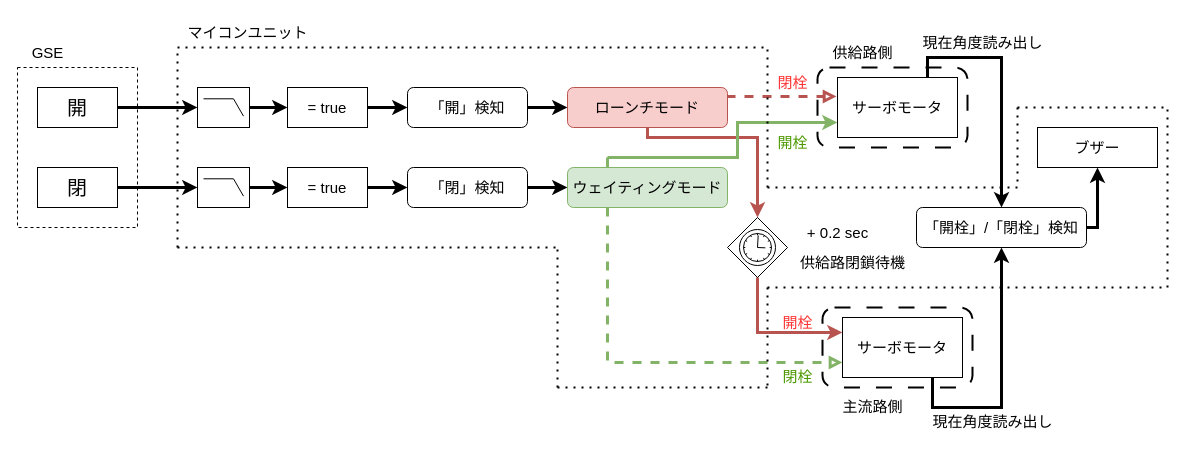
tokai-student-rocket-project/H-60-Avionics keeps this draw.io diagram as Document/drawio/ValveControllerLogicDiagram.drawio. Above is the earlier version. Source tidied: cells renumbered, new cells numbered last; positions are measured from the earlier drawing's top-left corner, leaving out a move shared by most shapes. Both pictures are drawn from the tidied source at 100%, with x=0, y=0 at pixel (17, 17).
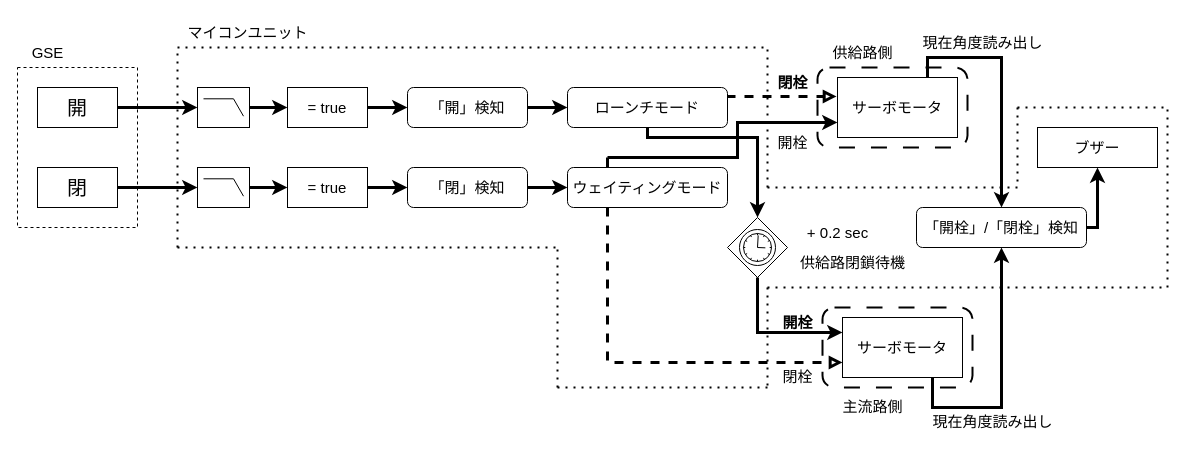
After the change.

Commit message (it also covers changes not shown here):
バルブコントロールモジュールのブロック線図を更新（審査書合格）

The change refers to these unchanged cells:
```xml
<mxCell id="22" value="サーボモータ" style="rounded=0;whiteSpace=wrap;html=1;fontSize=15;fillColor=default;" parent="1" vertex="1">
  <mxGeometry x="820" y="60" width="120" height="60" as="geometry" />
</mxCell>
<mxCell id="33" style="points=[[0.25,0.25,0],[0.5,0,0],[0.75,0.25,0],[1,0.5,0],[0.75,0.75,0],[0.5,1,0],[0.25,0.75,0],[0,0.5,0]];shape=mxgraph.bpmn.gateway2;html=1;verticalLabelPosition=bottom;labelBackgroundColor=#ffffff;verticalAlign=top;align=center;perimeter=rhombusPerimeter;outlineConnect=0;outline=standard;symbol=timer;strokeWidth=1;fontSize=15;fillColor=none;" parent="1" vertex="1">
  <mxGeometry x="710" y="200" width="60" height="60" as="geometry" />
</mxCell>
<mxCell id="38" value="サーボモータ" style="rounded=0;whiteSpace=wrap;html=1;fontSize=15;fillColor=default;" parent="1" vertex="1">
  <mxGeometry x="825" y="300" width="120" height="60" as="geometry" />
</mxCell>
```

The edit, as a diff of the source:
```diff
@@
-<mxGraphModel>
+<mxGraphModel background="#ffffff">
@@
-    <mxCell id="18" style="edgeStyle=elbowEdgeStyle;html=1;strokeWidth=3;fontSize=15;endArrow=block;endFill=0;rounded=0;elbow=vertical;exitX=1;exitY=0.25;exitDx=0;exitDy=0;entryX=-0.008;entryY=0.316;entryDx=0;entryDy=0;entryPerimeter=0;fillColor=#f8cecc;strokeColor=#b85450;dashed=1;" parent="1" edge="1" source="20" target="22">
+    <mxCell id="18" style="edgeStyle=elbowEdgeStyle;html=1;strokeWidth=3;fontSize=15;endArrow=block;endFill=0;rounded=0;elbow=vertical;exitX=1;exitY=0.25;exitDx=0;exitDy=0;entryX=-0.008;entryY=0.316;entryDx=0;entryDy=0;entryPerimeter=0;dashed=1;" parent="1" edge="1" source="20" target="22">
       <mxGeometry relative="1" as="geometry" />
     </mxCell>
-    <mxCell id="19" style="edgeStyle=elbowEdgeStyle;rounded=0;elbow=vertical;html=1;strokeWidth=3;fontSize=15;endArrow=classic;endFill=1;entryX=0.5;entryY=0;entryDx=0;entryDy=0;entryPerimeter=0;fillColor=#f8cecc;strokeColor=#b85450;" parent="1" edge="1" source="20" target="33">
+    <mxCell id="19" style="edgeStyle=elbowEdgeStyle;rounded=0;elbow=vertical;html=1;strokeWidth=3;fontSize=15;endArrow=classic;endFill=1;entryX=0.5;entryY=0;entryDx=0;entryDy=0;entryPerimeter=0;" parent="1" edge="1" source="20" target="33">
       <mxGeometry relative="1" as="geometry">
         <Array as="points">
           <mxPoint x="630" y="120" />
         </Array>
       </mxGeometry>
     </mxCell>
-    <mxCell id="20" value="ローンチモード" style="rounded=1;whiteSpace=wrap;html=1;fontSize=15;fillColor=#f8cecc;strokeColor=#b85450;" parent="1" vertex="1">
+    <mxCell id="20" value="ローンチモード" style="rounded=1;whiteSpace=wrap;html=1;fontSize=15;" parent="1" vertex="1">
       <mxGeometry x="550" y="70" width="160" height="40" as="geometry" />
     </mxCell>
@@
-    <mxCell id="24" value="&lt;font color=&quot;#ff3333&quot;&gt;閉栓&lt;/font&gt;" style="text;html=1;align=center;verticalAlign=middle;strokeColor=none;fillColor=none;fontSize=15;" parent="1" vertex="1">
+    <mxCell id="24" value="&lt;font&gt;閉栓&lt;/font&gt;" style="text;html=1;align=center;verticalAlign=middle;strokeColor=none;fillColor=none;fontSize=15;fontColor=#000000;fontStyle=1;" parent="1" vertex="1">
       <mxGeometry x="750" y="50" width="50" height="30" as="geometry" />
     </mxCell>
@@
-    <mxCell id="29" style="edgeStyle=elbowEdgeStyle;rounded=0;html=1;strokeWidth=3;fontSize=15;endArrow=classic;endFill=1;entryX=0;entryY=0.75;entryDx=0;entryDy=0;jumpSize=6;fillColor=#d5e8d4;strokeColor=#82b366;" parent="1" edge="1" target="22">
+    <mxCell id="29" style="edgeStyle=elbowEdgeStyle;rounded=0;html=1;strokeWidth=3;fontSize=15;endArrow=classic;endFill=1;entryX=0;entryY=0.75;entryDx=0;entryDy=0;jumpSize=6;" parent="1" edge="1" target="22">
       <mxGeometry relative="1" as="geometry">
         <mxPoint x="590" y="140" as="sourcePoint" />
         <Array as="points">
           <mxPoint x="720" y="110" />
         </Array>
       </mxGeometry>
     </mxCell>
-    <mxCell id="30" style="edgeStyle=elbowEdgeStyle;rounded=0;jumpSize=6;html=1;entryX=0;entryY=0.75;entryDx=0;entryDy=0;strokeWidth=3;fontSize=15;fontColor=#4D9900;endArrow=block;endFill=0;dashed=1;fillColor=#d5e8d4;strokeColor=#82b366;" parent="1" edge="1" source="31" target="38">
+    <mxCell id="30" style="edgeStyle=elbowEdgeStyle;rounded=0;jumpSize=6;html=1;entryX=0;entryY=0.75;entryDx=0;entryDy=0;strokeWidth=3;fontSize=15;fontColor=#4D9900;endArrow=block;endFill=0;dashed=1;" parent="1" edge="1" source="31" target="38">
       <mxGeometry relative="1" as="geometry">
         <Array as="points">
           <mxPoint x="590" y="260" />
         </Array>
       </mxGeometry>
     </mxCell>
-    <mxCell id="31" value="ウェイティングモード" style="rounded=1;whiteSpace=wrap;html=1;fontSize=15;fillColor=#d5e8d4;strokeColor=#82b366;" parent="1" vertex="1">
+    <mxCell id="31" value="ウェイティングモード" style="rounded=1;whiteSpace=wrap;html=1;fontSize=15;" parent="1" vertex="1">
       <mxGeometry x="550" y="150" width="160" height="40" as="geometry" />
     </mxCell>
-    <mxCell id="32" style="edgeStyle=elbowEdgeStyle;rounded=0;jumpSize=6;html=1;strokeWidth=3;fontSize=15;fontColor=#4D9900;endArrow=classic;endFill=1;entryX=0;entryY=0.25;entryDx=0;entryDy=0;fillColor=#f8cecc;strokeColor=#b85450;" parent="1" edge="1" source="33" target="38">
+    <mxCell id="32" style="edgeStyle=elbowEdgeStyle;rounded=0;jumpSize=6;html=1;strokeWidth=3;fontSize=15;fontColor=#4D9900;endArrow=classic;endFill=1;entryX=0;entryY=0.25;entryDx=0;entryDy=0;" parent="1" edge="1" source="33" target="38">
       <mxGeometry relative="1" as="geometry">
         <Array as="points">
           <mxPoint x="740" y="280" />
         </Array>
       </mxGeometry>
     </mxCell>
@@
-    <mxCell id="36" style="endArrow=none;html=1;strokeWidth=3;fontSize=15;jumpSize=6;exitX=0.25;exitY=0;exitDx=0;exitDy=0;rounded=0;fillColor=#d5e8d4;strokeColor=#82b366;" parent="1" edge="1" source="31">
+    <mxCell id="36" style="endArrow=none;html=1;strokeWidth=3;fontSize=15;jumpSize=6;exitX=0.25;exitY=0;exitDx=0;exitDy=0;rounded=0;" parent="1" edge="1" source="31">
       <mxGeometry relative="1" as="geometry">
         <mxPoint x="590" y="140" as="targetPoint" />
       </mxGeometry>
     </mxCell>
-    <mxCell id="37" value="&lt;font color=&quot;#4d9900&quot;&gt;開栓&lt;/font&gt;" style="text;html=1;align=center;verticalAlign=middle;strokeColor=none;fillColor=none;fontSize=15;fontColor=#FF3333;" parent="1" vertex="1">
+    <mxCell id="37" value="&lt;font&gt;開栓&lt;/font&gt;" style="text;html=1;align=center;verticalAlign=middle;strokeColor=none;fillColor=none;fontSize=15;fontColor=#000000;" parent="1" vertex="1">
       <mxGeometry x="750" y="110" width="50" height="30" as="geometry" />
     </mxCell>
@@
-    <mxCell id="44" value="&lt;font color=&quot;#ff3333&quot;&gt;開栓&lt;/font&gt;" style="text;html=1;align=center;verticalAlign=middle;strokeColor=none;fillColor=none;fontSize=15;" parent="1" vertex="1">
+    <mxCell id="44" value="&lt;font&gt;&lt;b&gt;開栓&lt;/b&gt;&lt;/font&gt;" style="text;html=1;align=center;verticalAlign=middle;strokeColor=none;fillColor=none;fontSize=15;fontColor=#000000;" parent="1" vertex="1">
       <mxGeometry x="755" y="290" width="50" height="30" as="geometry" />
     </mxCell>
-    <mxCell id="45" value="&lt;font color=&quot;#4d9900&quot;&gt;閉栓&lt;/font&gt;" style="text;html=1;align=center;verticalAlign=middle;strokeColor=none;fillColor=none;fontSize=15;fontColor=#FF3333;" parent="1" vertex="1">
+    <mxCell id="45" value="&lt;font&gt;閉栓&lt;/font&gt;" style="text;html=1;align=center;verticalAlign=middle;strokeColor=none;fillColor=none;fontSize=15;fontColor=#000000;" parent="1" vertex="1">
       <mxGeometry x="755" y="344" width="50" height="30" as="geometry" />
     </mxCell>
```
